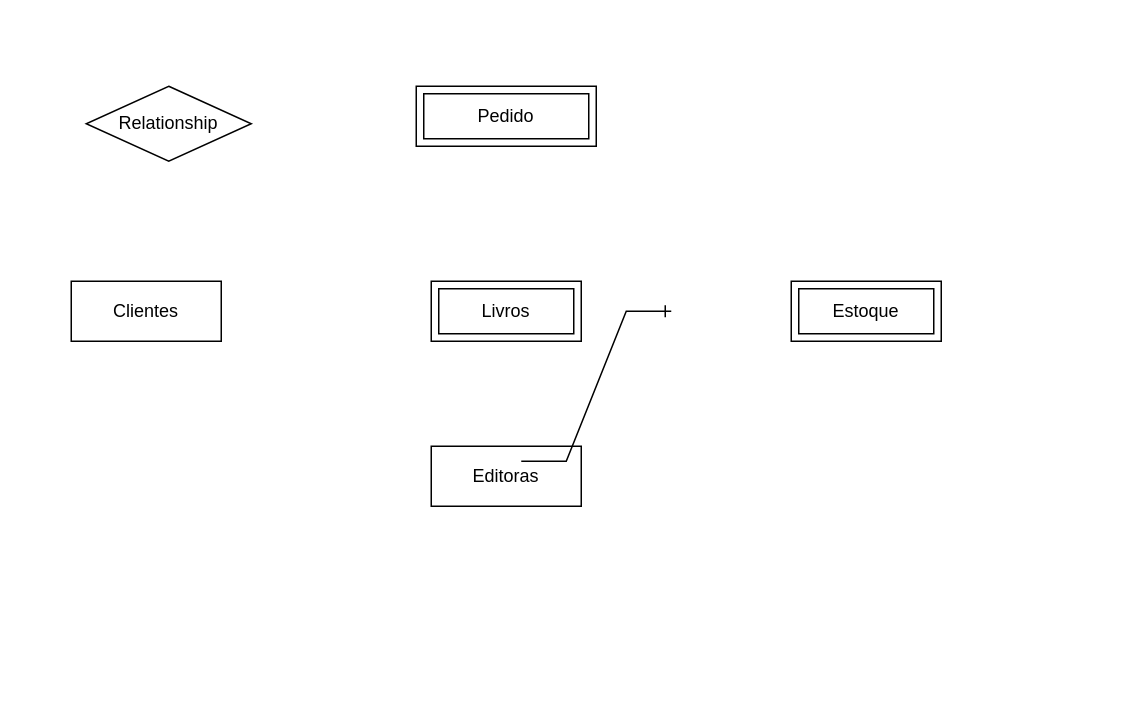
This is Diagrama sem nome.drawio from renan-augusto/alura, a draw.io file, before an edit. Source tidied: cells renumbered, new cells numbered last; positions are measured from the earlier drawing's top-left corner, leaving out a move shared by most shapes. Both pictures are drawn from the tidied source at 150%, with x=0, y=0 at pixel (70, 86).
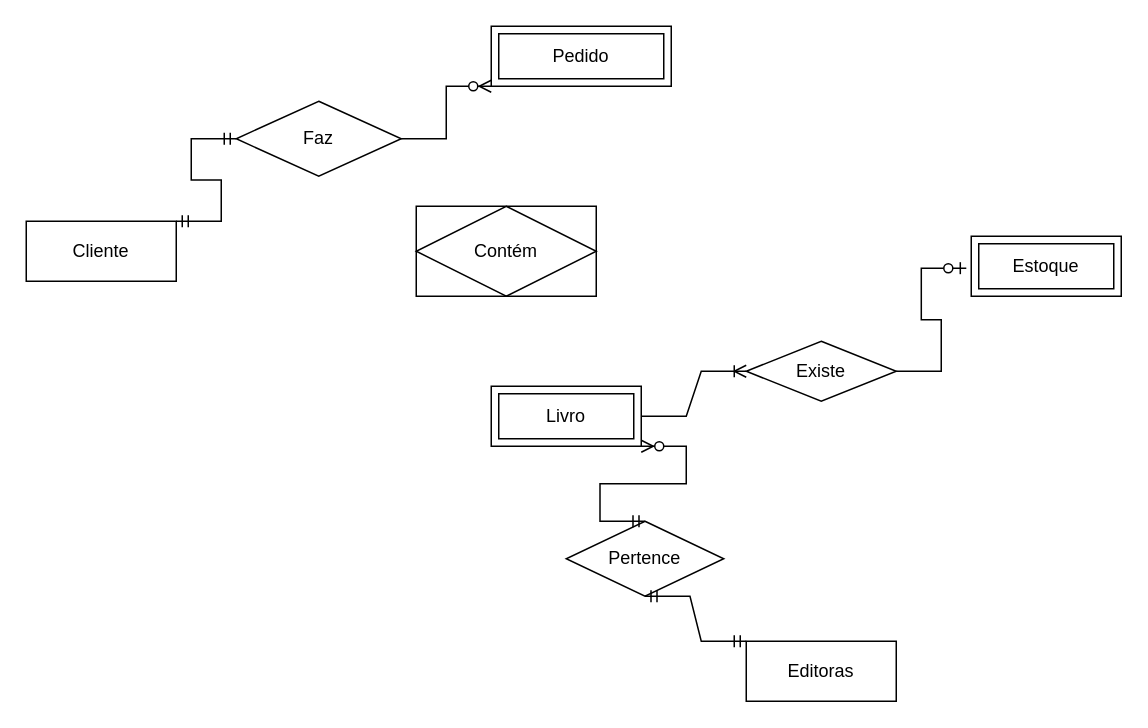
After the change.

Change to the diagram source:
```diff
@@
 <mxGraphModel>
   <root>
     <mxCell id="0" />
     <mxCell id="1" parent="0" />
-    <mxCell id="2" value="Clientes" style="whiteSpace=wrap;html=1;align=center;" parent="1" vertex="1">
-      <mxGeometry y="130" width="100" height="40" as="geometry" />
+    <mxCell id="2" value="Cliente" style="whiteSpace=wrap;html=1;align=center;" parent="1" vertex="1">
+      <mxGeometry x="-30" y="90" width="100" height="40" as="geometry" />
     </mxCell>
     <mxCell id="3" value="Editoras" style="whiteSpace=wrap;html=1;align=center;" parent="1" vertex="1">
-      <mxGeometry x="240" y="240" width="100" height="40" as="geometry" />
+      <mxGeometry x="450" y="370" width="100" height="40" as="geometry" />
     </mxCell>
-    <mxCell id="4" value="Livros" style="shape=ext;margin=3;double=1;whiteSpace=wrap;html=1;align=center;" parent="1" vertex="1">
-      <mxGeometry x="240" y="130" width="100" height="40" as="geometry" />
+    <mxCell id="4" value="Livro" style="shape=ext;margin=3;double=1;whiteSpace=wrap;html=1;align=center;" parent="1" vertex="1">
+      <mxGeometry x="280" y="200" width="100" height="40" as="geometry" />
     </mxCell>
     <mxCell id="5" value="Pedido" style="shape=ext;margin=3;double=1;whiteSpace=wrap;html=1;align=center;" parent="1" vertex="1">
-      <mxGeometry x="230" width="120" height="40" as="geometry" />
+      <mxGeometry x="280" y="-40" width="120" height="40" as="geometry" />
     </mxCell>
     <mxCell id="6" value="Estoque" style="shape=ext;margin=3;double=1;whiteSpace=wrap;html=1;align=center;" parent="1" vertex="1">
-      <mxGeometry x="480" y="130" width="100" height="40" as="geometry" />
+      <mxGeometry x="600" y="100" width="100" height="40" as="geometry" />
     </mxCell>
-    <mxCell id="7" value="Relationship" style="shape=rhombus;perimeter=rhombusPerimeter;whiteSpace=wrap;html=1;align=center;" parent="1" vertex="1">
-      <mxGeometry x="10" width="110" height="50" as="geometry" />
+    <mxCell id="7" value="Faz" style="shape=rhombus;perimeter=rhombusPerimeter;whiteSpace=wrap;html=1;align=center;" parent="1" vertex="1">
+      <mxGeometry x="110" y="10" width="110" height="50" as="geometry" />
     </mxCell>
-    <mxCell id="8" style="edgeStyle=entityRelationEdgeStyle;fontSize=12;html=1;endArrow=ERone;endFill=1;rounded=0;" parent="1" edge="1">
-      <mxGeometry relative="1" as="geometry">
-        <mxPoint x="300" y="250" as="sourcePoint" />
-        <mxPoint x="400" y="150" as="targetPoint" />
-      </mxGeometry>
-    </mxCell>
+    <mxCell id="9" style="edgeStyle=entityRelationEdgeStyle;fontSize=12;html=1;endArrow=ERmandOne;startArrow=ERmandOne;rounded=0;entryX=0;entryY=0.5;entryDx=0;entryDy=0;exitX=1;exitY=0;exitDx=0;exitDy=0;" parent="1" edge="1" source="2" target="7">
+      <mxGeometry relative="1" as="geometry" />
+    </mxCell>
+    <mxCell id="10" style="edgeStyle=entityRelationEdgeStyle;fontSize=12;html=1;endArrow=ERzeroToMany;endFill=1;rounded=0;exitX=1;exitY=0.5;exitDx=0;exitDy=0;entryX=0;entryY=1;entryDx=0;entryDy=0;" parent="1" edge="1" source="7" target="5">
+      <mxGeometry relative="1" as="geometry" />
+    </mxCell>
+    <mxCell id="11" value="Pertence" style="shape=rhombus;perimeter=rhombusPerimeter;whiteSpace=wrap;html=1;align=center;" parent="1" vertex="1">
+      <mxGeometry x="330" y="290" width="105" height="50" as="geometry" />
+    </mxCell>
+    <mxCell id="12" style="edgeStyle=entityRelationEdgeStyle;fontSize=12;html=1;endArrow=ERmandOne;startArrow=ERmandOne;rounded=0;entryX=0.5;entryY=1;entryDx=0;entryDy=0;exitX=0;exitY=0;exitDx=0;exitDy=0;" parent="1" edge="1" source="3" target="11">
+      <mxGeometry relative="1" as="geometry" />
+    </mxCell>
+    <mxCell id="13" style="edgeStyle=entityRelationEdgeStyle;fontSize=12;html=1;endArrow=ERzeroToMany;startArrow=ERmandOne;rounded=0;entryX=1;entryY=1;entryDx=0;entryDy=0;exitX=0.5;exitY=0;exitDx=0;exitDy=0;" parent="1" edge="1" source="11" target="4">
+      <mxGeometry relative="1" as="geometry" />
+    </mxCell>
+    <mxCell id="14" value="Existe" style="shape=rhombus;perimeter=rhombusPerimeter;whiteSpace=wrap;html=1;align=center;" parent="1" vertex="1">
+      <mxGeometry x="450" y="170" width="100" height="40" as="geometry" />
+    </mxCell>
+    <mxCell id="15" style="edgeStyle=entityRelationEdgeStyle;fontSize=12;html=1;endArrow=ERoneToMany;rounded=0;exitX=1;exitY=0.5;exitDx=0;exitDy=0;entryX=0;entryY=0.5;entryDx=0;entryDy=0;" parent="1" edge="1" source="4" target="14">
+      <mxGeometry relative="1" as="geometry" />
+    </mxCell>
+    <mxCell id="16" style="edgeStyle=entityRelationEdgeStyle;fontSize=12;html=1;endArrow=ERzeroToOne;endFill=1;rounded=0;entryX=-0.033;entryY=0.532;entryDx=0;entryDy=0;entryPerimeter=0;" parent="1" edge="1" target="6">
+      <mxGeometry relative="1" as="geometry">
+        <mxPoint x="550" y="190" as="sourcePoint" />
+      </mxGeometry>
+    </mxCell>
+    <mxCell id="17" value="Contém" style="shape=associativeEntity;whiteSpace=wrap;html=1;align=center;" parent="1" vertex="1">
+      <mxGeometry x="230" y="80" width="120" height="60" as="geometry" />
+    </mxCell>
   </root>
 </mxGraphModel>
```
